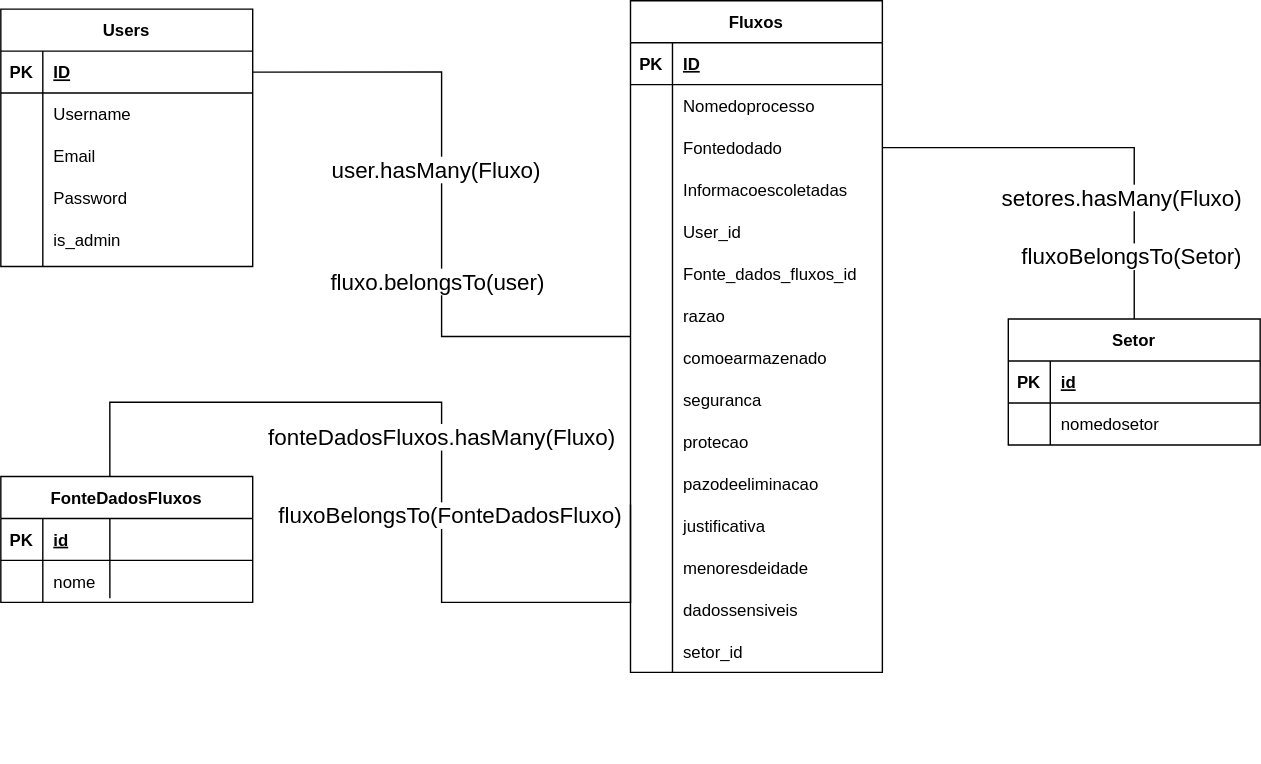
dlfraga/lgpdSystem keeps this draw.io diagram as diagramas/ER-Banco.drawio.svg. Above is the earlier version. Source tidied: cells renumbered, new cells last; positions are measured from the earlier drawing's top-left corner, leaving out a move shared by most shapes.
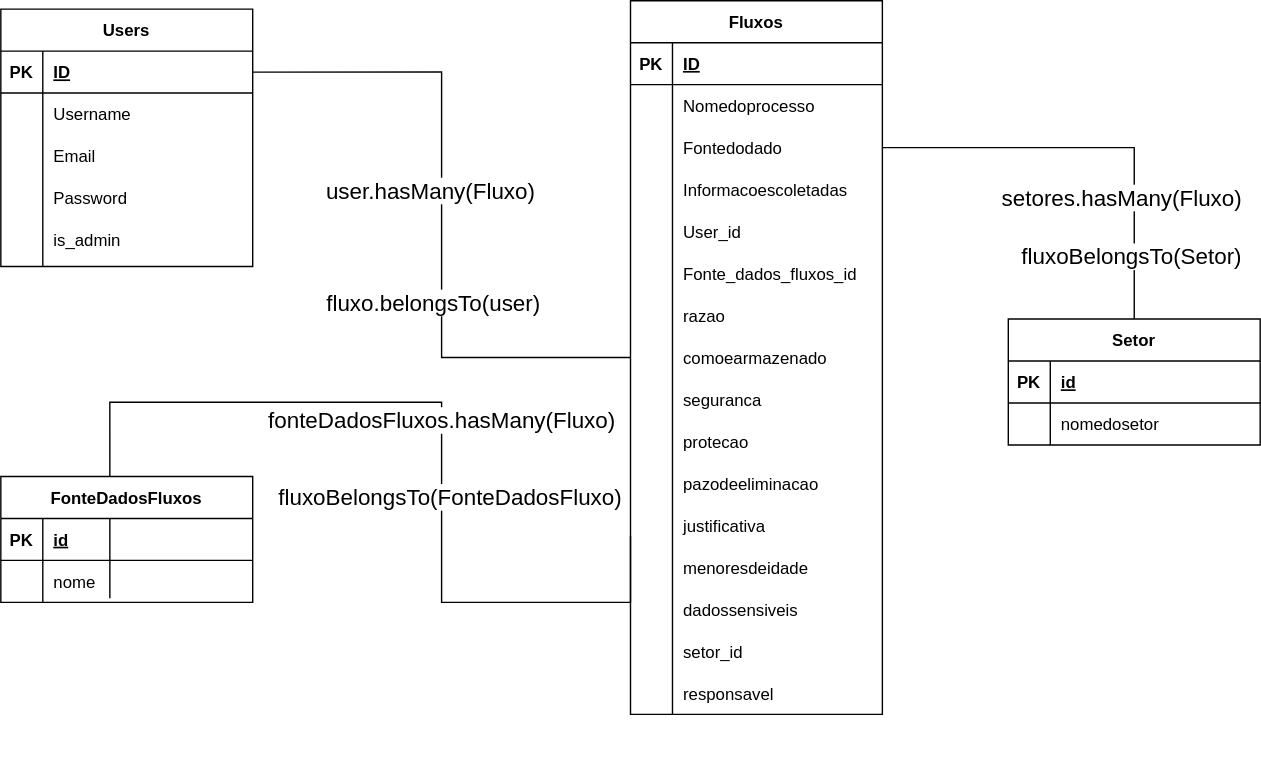
After the commit.

Commit message:
alterado diagrama do banco

Diff of the diagram source:
```diff
@@ -69,7 +69,7 @@
       </mxGeometry>
     </mxCell>
     <mxCell id="21" value="Fluxos" style="shape=table;startSize=30;rowLines=0;fontStyle=1;align=center;" parent="1" vertex="1">
-      <mxGeometry x="450" width="180" height="480" as="geometry" />
+      <mxGeometry x="450" width="180" height="510" as="geometry" />
     </mxCell>
     <mxCell id="22" style="shape=partialRectangle;fillColor=none;top=0;left=0;bottom=1;right=0;" parent="21" vertex="1">
       <mxGeometry y="30" width="180" height="30" as="geometry" />
@@ -206,6 +206,15 @@
     <mxCell id="66" value="setor_id" style="shape=partialRectangle;fillColor=none;top=0;left=0;bottom=0;right=0;align=left;spacingLeft=6;overflow=hidden;" parent="64" vertex="1">
       <mxGeometry x="30" width="150" height="30" as="geometry" />
     </mxCell>
+    <mxCell id="87" style="shape=partialRectangle;fillColor=none;top=0;left=0;bottom=0;right=0;" parent="21" vertex="1">
+      <mxGeometry y="480" width="180" height="30" as="geometry" />
+    </mxCell>
+    <mxCell id="88" style="shape=partialRectangle;fillColor=none;top=0;left=0;bottom=0;right=0;overflow=hidden;" parent="87" vertex="1">
+      <mxGeometry width="30" height="30" as="geometry" />
+    </mxCell>
+    <mxCell id="89" value="responsavel" style="shape=partialRectangle;fillColor=none;top=0;left=0;bottom=0;right=0;align=left;spacingLeft=6;overflow=hidden;" parent="87" vertex="1">
+      <mxGeometry x="30" width="150" height="30" as="geometry" />
+    </mxCell>
     <mxCell id="67" style="edgeStyle=orthogonalEdgeStyle;rounded=0;jettySize=auto;html=1;exitX=1;exitY=0.5;exitDx=0;exitDy=0;entryX=0;entryY=0.5;entryDx=0;entryDy=0;endArrow=none;endFill=0;" parent="1" edge="1" source="3" target="21">
       <mxGeometry relative="1" as="geometry" />
     </mxCell>
```
